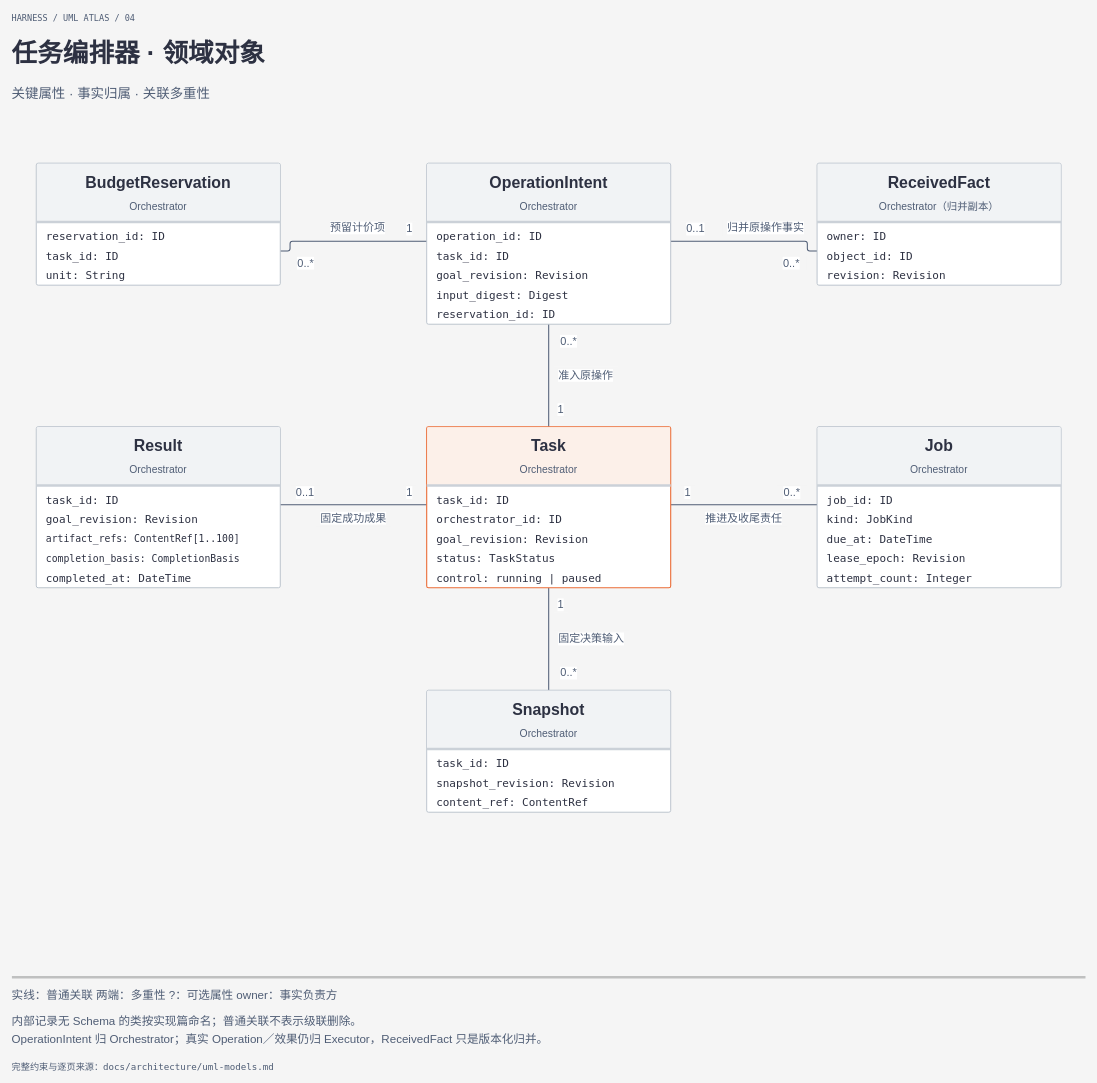
This is page "04 任务编排器 · 领域对象" (4 of 20) of docs/architecture/diagrams/uml-models.drawio from ruipengliu/lerna, a draw.io file, before an edit. Source tidied: cells renumbered, new cells numbered last; positions are measured from the earlier drawing's top-left corner, leaving out a move shared by most shapes. Both pictures are drawn from the tidied source at 61%, with x=0, y=0 at pixel (12, 10).
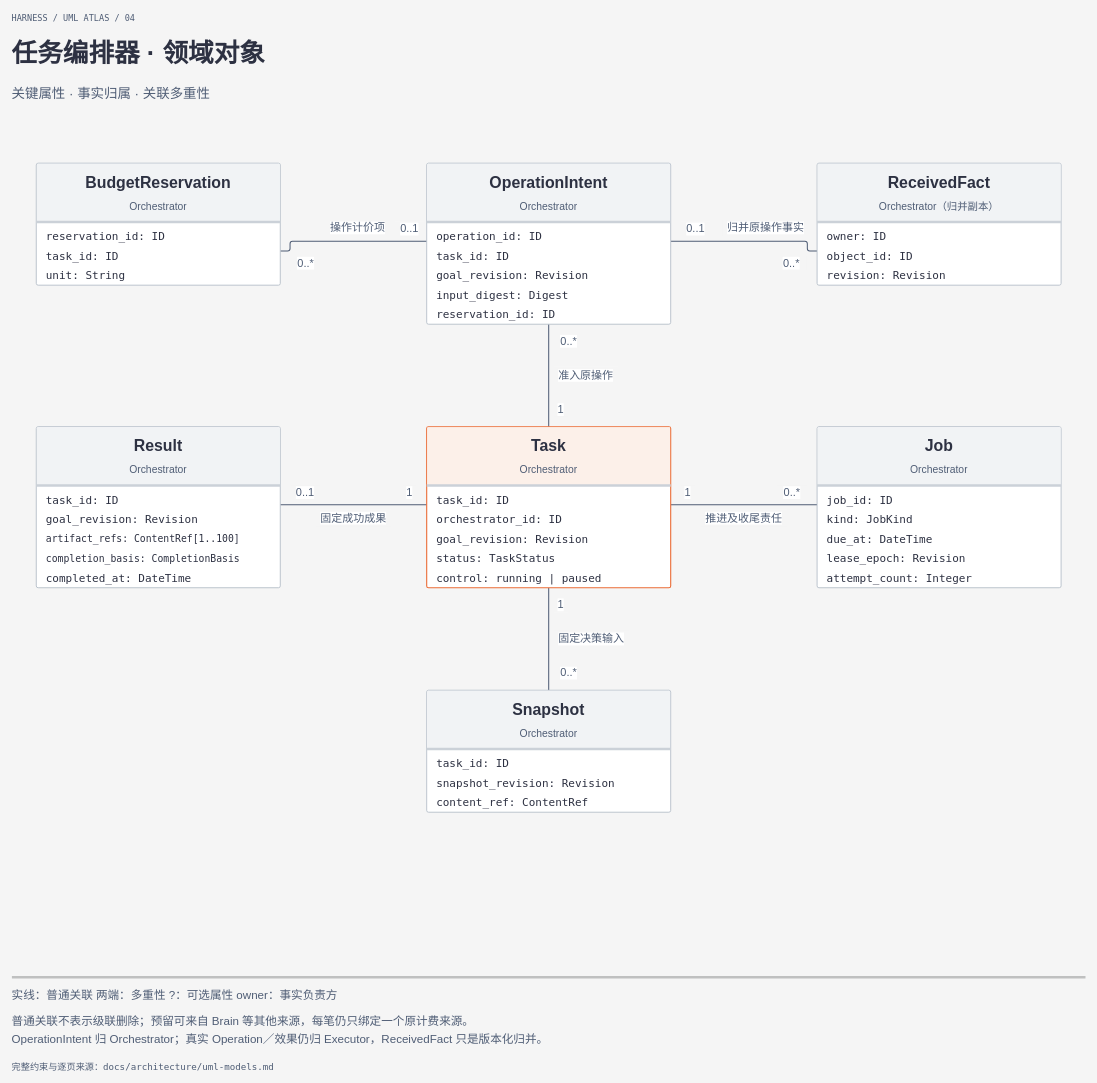
After the change.

The change refers to these unchanged cells:
```xml
<mxCell id="6" style="edgeStyle=orthogonalEdgeStyle;rounded=1;arcSize=8;jettySize=0;html=0;strokeColor=#4f5d75;strokeWidth=1.7;endArrow=none;endFill=0;endSize=12;jumpStyle=arc;jumpSize=8;exitX=0.0;exitY=0.48484848484848486;exitPerimeter=0;entryX=1.0;entryY=0.72;entryPerimeter=0;" parent="1" edge="1" source="47" target="75">
  <mxGeometry relative="1" as="geometry">
    <Array as="points">
      <mxPoint x="456" y="378" />
      <mxPoint x="456" y="394" />
    </Array>
  </mxGeometry>
</mxCell>
```

Diff of the diagram source:
```diff
@@
-    <mxCell id="19" value="1" style="edgeLabel;html=0;whiteSpace=wrap;fillColor=#f5f5f5;strokeColor=none;fontFamily=Geist, PingFang SC, Microsoft YaHei;fontSize=18;fontColor=#4f5d75;align=center;verticalAlign=middle;spacing=0;" parent="6" vertex="1">
-      <mxGeometry x="-0.78" width="24" height="24" relative="1" as="geometry">
-        <mxPoint x="-12" y="-32" as="offset" />
+    <mxCell id="19" value="0..1" style="edgeLabel;html=0;whiteSpace=wrap;fillColor=#f5f5f5;strokeColor=none;fontFamily=Geist, PingFang SC, Microsoft YaHei;fontSize=18;fontColor=#4f5d75;align=center;verticalAlign=middle;spacing=0;" parent="6" vertex="1">
+      <mxGeometry x="-0.78" width="50" height="24" relative="1" as="geometry">
+        <mxPoint x="-25" y="-32" as="offset" />
       </mxGeometry>
     </mxCell>
@@
-    <mxCell id="28" value="预留计价项" style="edgeLabel;html=0;whiteSpace=wrap;fillColor=#f5f5f5;strokeColor=none;fontFamily=Geist, PingFang SC, Microsoft YaHei;fontSize=18;fontColor=#4f5d75;align=center;verticalAlign=middle;spacing=0;" parent="6" vertex="1">
+    <mxCell id="28" value="操作计价项" style="edgeLabel;html=0;whiteSpace=wrap;fillColor=#f5f5f5;strokeColor=none;fontFamily=Geist, PingFang SC, Microsoft YaHei;fontSize=18;fontColor=#4f5d75;align=center;verticalAlign=middle;spacing=0;" parent="6" vertex="1">
       <mxGeometry x="-0.12" width="106" height="28" relative="1" as="geometry">
         <mxPoint x="-53" y="-36" as="offset" />
       </mxGeometry>
     </mxCell>
@@
-    <mxCell id="95" value="内部记录无 Schema 的类按实现篇命名；普通关联不表示级联删除。" style="text;html=0;whiteSpace=wrap;overflow=hidden;strokeColor=none;fillColor=none;align=left;verticalAlign=middle;spacing=0;fontFamily=Geist, PingFang SC, Microsoft YaHei;fontSize=19;fontColor=#4f5d75;fontStyle=0;" parent="1" vertex="1">
+    <mxCell id="95" value="普通关联不表示级联删除；预留可来自 Brain 等其他来源，每笔仍只绑定一个原计费来源。" style="text;html=0;whiteSpace=wrap;overflow=hidden;strokeColor=none;fillColor=none;align=left;verticalAlign=middle;spacing=0;fontFamily=Geist, PingFang SC, Microsoft YaHei;fontSize=19;fontColor=#4f5d75;fontStyle=0;" parent="1" vertex="1">
       <mxGeometry y="1643" width="1760" height="28" as="geometry" />
     </mxCell>
```
